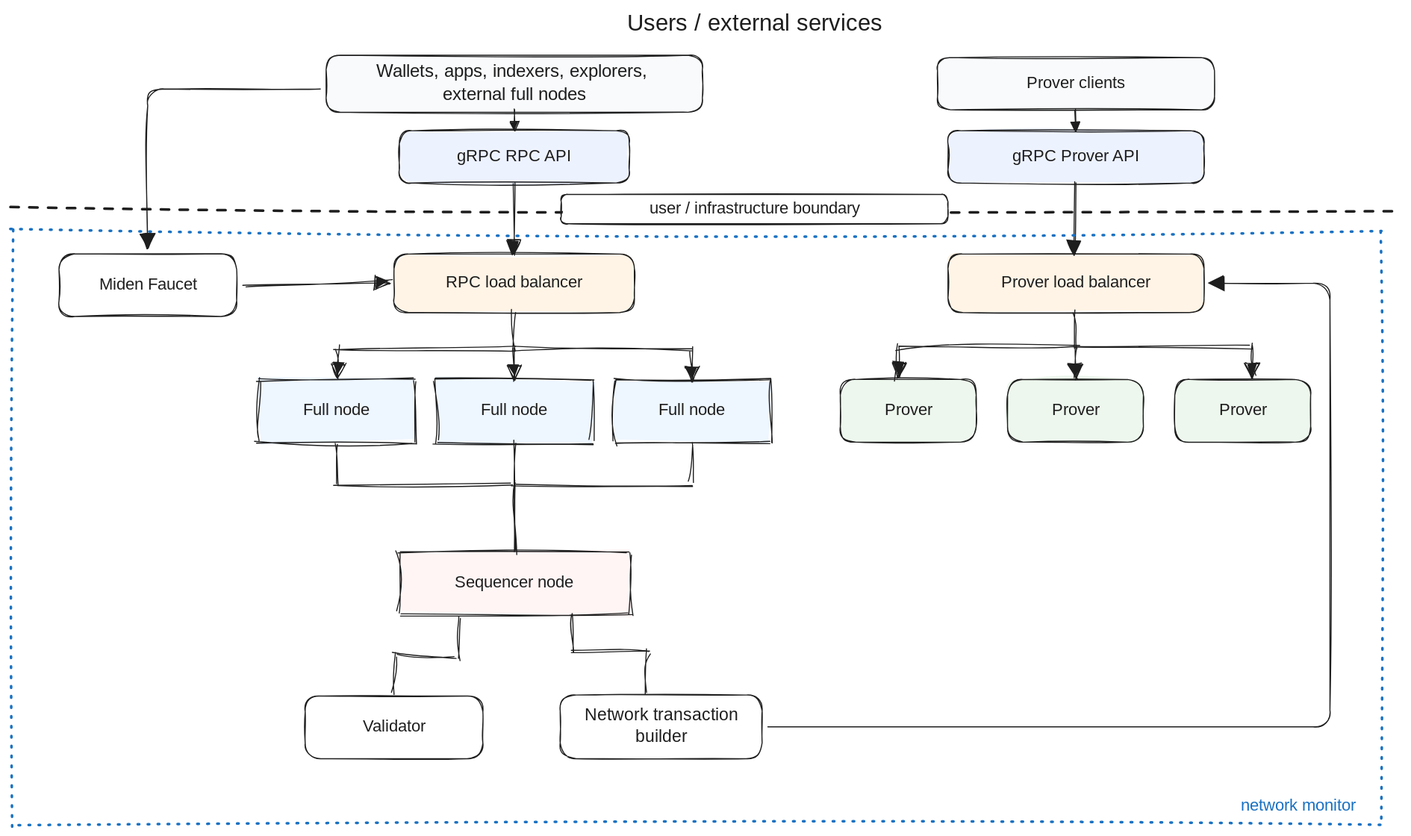
The Excalidraw diagram docs/external/src/img/operator_architecture.svg in 0xMiden/node, before a commit. Source tidied: one line per element, renumbered; positions are measured from the earlier drawing's top-left corner, leaving out a move shared by most shapes.
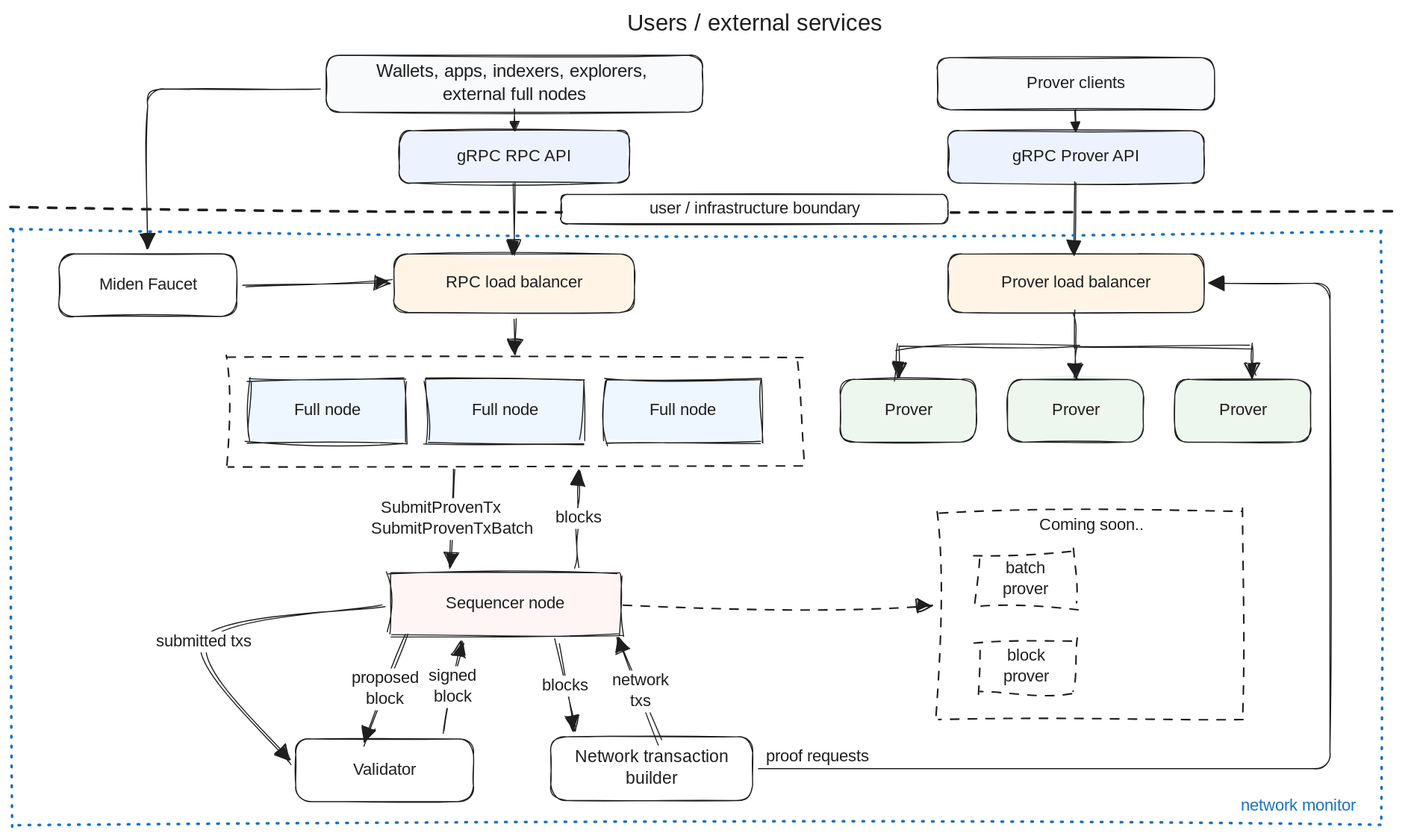
The same file after the commit.

The edit, as a diff of the source:
```diff
@@ -11,24 +11,24 @@
 {"id": 10, "type": "text", "text": "RPC load balancer", "strokeColor": "#1e1e1e", "strokeWidth": 1, "roughness": 1, "fontSize": 16, "fontFamily": 5, "textAlign": "center", "x": 367, "y": 251, "width": 230, "height": 20}
 {"id": 11, "type": "rectangle", "strokeColor": "#1e1e1e", "backgroundColor": "#fff4e6", "fillStyle": "solid", "strokeWidth": 1, "roughness": 1, "round": true, "x": 897, "y": 233, "width": 245, "height": 56}
 {"id": 12, "type": "text", "text": "Prover load balancer", "strokeColor": "#1e1e1e", "strokeWidth": 1, "roughness": 1, "fontSize": 16, "fontFamily": 5, "textAlign": "center", "x": 897, "y": 251, "width": 245, "height": 20}
-{"id": 13, "type": "rectangle", "strokeColor": "#1e1e1e", "backgroundColor": "#eef6ff", "fillStyle": "solid", "strokeWidth": 1, "roughness": 2, "x": 237, "y": 353, "width": 150, "height": 60}
+{"id": 13, "type": "rectangle", "strokeColor": "#1e1e1e", "backgroundColor": "#eef6ff", "fillStyle": "solid", "strokeWidth": 1, "roughness": 2, "x": 228, "y": 353, "width": 150, "height": 60}
-{"id": 14, "type": "text", "text": "Full node", "strokeColor": "#1e1e1e", "strokeWidth": 1, "roughness": 2, "fontSize": 16, "fontFamily": 5, "textAlign": "center", "x": 237, "y": 373, "width": 150, "height": 20}
+{"id": 14, "type": "text", "text": "Full node", "strokeColor": "#1e1e1e", "strokeWidth": 1, "roughness": 2, "fontSize": 16, "fontFamily": 5, "textAlign": "center", "x": 228, "y": 373, "width": 150, "height": 20}
-{"id": 15, "type": "rectangle", "strokeColor": "#1e1e1e", "backgroundColor": "#eef6ff", "fillStyle": "solid", "strokeWidth": 1, "roughness": 2, "x": 407, "y": 353, "width": 150, "height": 60}
+{"id": 15, "type": "rectangle", "strokeColor": "#1e1e1e", "backgroundColor": "#eef6ff", "fillStyle": "solid", "strokeWidth": 1, "roughness": 2, "x": 398, "y": 353, "width": 150, "height": 60}
-{"id": 16, "type": "text", "text": "Full node", "strokeColor": "#1e1e1e", "strokeWidth": 1, "roughness": 2, "fontSize": 16, "fontFamily": 5, "textAlign": "center", "x": 407, "y": 373, "width": 150, "height": 20}
+{"id": 16, "type": "text", "text": "Full node", "strokeColor": "#1e1e1e", "strokeWidth": 1, "roughness": 2, "fontSize": 16, "fontFamily": 5, "textAlign": "center", "x": 398, "y": 373, "width": 150, "height": 20}
-{"id": 17, "type": "rectangle", "strokeColor": "#1e1e1e", "backgroundColor": "#eef6ff", "fillStyle": "solid", "strokeWidth": 1, "roughness": 2, "x": 577, "y": 353, "width": 150, "height": 60}
+{"id": 17, "type": "rectangle", "strokeColor": "#1e1e1e", "backgroundColor": "#eef6ff", "fillStyle": "solid", "strokeWidth": 1, "roughness": 2, "x": 568, "y": 353, "width": 150, "height": 60}
-{"id": 18, "type": "text", "text": "Full node", "strokeColor": "#1e1e1e", "strokeWidth": 1, "roughness": 2, "fontSize": 16, "fontFamily": 5, "textAlign": "center", "x": 577, "y": 373, "width": 150, "height": 20}
+{"id": 18, "type": "text", "text": "Full node", "strokeColor": "#1e1e1e", "strokeWidth": 1, "roughness": 2, "fontSize": 16, "fontFamily": 5, "textAlign": "center", "x": 568, "y": 373, "width": 150, "height": 20}
 {"id": 19, "type": "rectangle", "strokeColor": "#1e1e1e", "backgroundColor": "#edf7ed", "fillStyle": "solid", "strokeWidth": 1, "roughness": 1, "round": true, "x": 794, "y": 353, "width": 130, "height": 60}
 {"id": 20, "type": "text", "text": "Prover", "strokeColor": "#1e1e1e", "strokeWidth": 1, "roughness": 1, "fontSize": 16, "fontFamily": 5, "textAlign": "center", "x": 794, "y": 373, "width": 130, "height": 20}
 {"id": 21, "type": "rectangle", "strokeColor": "#1e1e1e", "backgroundColor": "#edf7ed", "fillStyle": "solid", "strokeWidth": 1, "roughness": 1, "round": true, "x": 954, "y": 353, "width": 130, "height": 60}
 {"id": 22, "type": "text", "text": "Prover", "strokeColor": "#1e1e1e", "strokeWidth": 1, "roughness": 1, "fontSize": 16, "fontFamily": 5, "textAlign": "center", "x": 954, "y": 373, "width": 130, "height": 20}
 {"id": 23, "type": "rectangle", "strokeColor": "#1e1e1e", "backgroundColor": "#edf7ed", "fillStyle": "solid", "strokeWidth": 1, "roughness": 1, "round": true, "x": 1114, "y": 353, "width": 130, "height": 60}
 {"id": 24, "type": "text", "text": "Prover", "strokeColor": "#1e1e1e", "strokeWidth": 1, "roughness": 1, "fontSize": 16, "fontFamily": 5, "textAlign": "center", "x": 1114, "y": 373, "width": 130, "height": 20}
-{"id": 25, "type": "rectangle", "strokeColor": "#1e1e1e", "backgroundColor": "#fff5f5", "fillStyle": "solid", "strokeWidth": 1, "roughness": 2, "x": 372, "y": 518, "width": 220, "height": 60}
+{"id": 25, "type": "rectangle", "strokeColor": "#1e1e1e", "backgroundColor": "#fff5f5", "fillStyle": "solid", "strokeWidth": 1, "roughness": 2, "x": 363, "y": 538, "width": 220, "height": 60}
-{"id": 26, "type": "text", "text": "Sequencer node", "strokeColor": "#1e1e1e", "strokeWidth": 1, "roughness": 2, "fontSize": 16, "fontFamily": 5, "textAlign": "center", "x": 372, "y": 538, "width": 220, "height": 20}
+{"id": 26, "type": "text", "text": "Sequencer node", "strokeColor": "#1e1e1e", "strokeWidth": 1, "roughness": 2, "fontSize": 16, "fontFamily": 5, "textAlign": "center", "x": 363, "y": 558, "width": 220, "height": 20}
-{"id": 27, "type": "rectangle", "strokeColor": "#1e1e1e", "backgroundColor": "#ffffff", "fillStyle": "solid", "strokeWidth": 1, "roughness": 1, "round": true, "x": 282, "y": 656, "width": 170, "height": 60}
+{"id": 27, "type": "rectangle", "strokeColor": "#1e1e1e", "backgroundColor": "#ffffff", "fillStyle": "solid", "strokeWidth": 1, "roughness": 1, "round": true, "x": 273, "y": 697, "width": 170, "height": 60}
-{"id": 28, "type": "text", "text": "Validator", "strokeColor": "#1e1e1e", "strokeWidth": 1, "roughness": 1, "fontSize": 16, "fontFamily": 5, "textAlign": "center", "x": 282, "y": 676, "width": 170, "height": 20}
+{"id": 28, "type": "text", "text": "Validator", "strokeColor": "#1e1e1e", "strokeWidth": 1, "roughness": 1, "fontSize": 16, "fontFamily": 5, "textAlign": "center", "x": 273, "y": 717, "width": 170, "height": 20}
-{"id": 29, "type": "rectangle", "strokeColor": "#1e1e1e", "backgroundColor": "#ffffff", "fillStyle": "solid", "strokeWidth": 1, "roughness": 1, "round": true, "x": 526, "y": 655, "width": 193, "height": 61}
+{"id": 29, "type": "rectangle", "strokeColor": "#1e1e1e", "backgroundColor": "#ffffff", "fillStyle": "solid", "strokeWidth": 1, "roughness": 1, "round": true, "x": 517, "y": 695, "width": 193, "height": 61}
-{"id": 30, "type": "text", "text": "Network transaction\nbuilder", "strokeColor": "#1e1e1e", "strokeWidth": 1, "roughness": 1, "fontSize": 16.27, "fontFamily": 5, "textAlign": "center", "x": 526, "y": 665, "width": 193, "height": 41}
+{"id": 30, "type": "text", "text": "Network transaction\nbuilder", "strokeColor": "#1e1e1e", "strokeWidth": 1, "roughness": 1, "fontSize": 16.27, "fontFamily": 5, "textAlign": "center", "x": 517, "y": 705, "width": 193, "height": 41}
 {"id": 31, "type": "line", "strokeColor": "#1e1e1e", "backgroundColor": "#ffffff", "fillStyle": "solid", "strokeWidth": 2, "strokeStyle": "dashed", "roughness": 1, "x": 0, "y": 188, "width": 1330, "height": 4, "points": [[0, 0], [1330, 4]]}
 {"id": 32, "type": "rectangle", "strokeColor": "#1e1e1e", "backgroundColor": "#ffffff", "fillStyle": "solid", "strokeWidth": 1, "roughness": 1, "round": true, "x": 527, "y": 176, "width": 370, "height": 28}
 {"id": 33, "type": "text", "text": "user / infrastructure boundary", "strokeColor": "#1e1e1e", "strokeWidth": 1, "roughness": 1, "fontSize": 16, "fontFamily": 5, "textAlign": "center", "x": 527, "y": 180, "width": 370, "height": 20}
@@ -36,15 +36,7 @@
 {"id": 35, "type": "arrow", "strokeColor": "#1e1e1e", "backgroundColor": "#ffffff", "fillStyle": "solid", "strokeWidth": 1, "roughness": 1, "endArrowhead": "triangle", "round": true, "x": 1019, "y": 95, "width": 0, "height": 20, "points": [[0, 0], [0, 20]]}
 {"id": 36, "type": "arrow", "strokeColor": "#1e1e1e", "backgroundColor": "#ffffff", "fillStyle": "solid", "strokeWidth": 1, "roughness": 1, "endArrowhead": "triangle", "round": true, "x": 482, "y": 165, "width": 0, "height": 68, "points": [[0, 0], [0, 68]]}
 {"id": 37, "type": "arrow", "strokeColor": "#1e1e1e", "backgroundColor": "#ffffff", "fillStyle": "solid", "strokeWidth": 1, "roughness": 1, "endArrowhead": "triangle", "round": true, "x": 1019, "y": 165, "width": 0, "height": 68, "points": [[0, 0], [0, 68]]}
-{"id": 38, "type": "arrow", "strokeColor": "#1e1e1e", "backgroundColor": "#ffffff", "fillStyle": "solid", "strokeWidth": 1, "roughness": 2, "endArrowhead": "triangle", "x": 482, "y": 289, "width": 170, "height": 64, "points": [[0, 0], [0, 34], [-170, 34], [-170, 64]]}
-{"id": 39, "type": "arrow", "strokeColor": "#1e1e1e", "backgroundColor": "#ffffff", "fillStyle": "solid", "strokeWidth": 1, "roughness": 2, "endArrowhead": "triangle", "x": 482, "y": 323, "width": 0, "height": 30, "points": [[0, 0], [0, 30]]}
-{"id": 40, "type": "arrow", "strokeColor": "#1e1e1e", "backgroundColor": "#ffffff", "fillStyle": "solid", "strokeWidth": 1, "roughness": 2, "endArrowhead": "triangle", "x": 482, "y": 323, "width": 170, "height": 30, "points": [[0, 0], [170, 0], [170, 30]]}
-{"id": 41, "type": "arrow", "strokeColor": "#1e1e1e", "backgroundColor": "#ffffff", "fillStyle": "solid", "strokeWidth": 1, "roughness": 1, "endArrowhead": "triangle", "from": 30, "to": 12, "x": 725, "y": 685, "width": 538, "height": 424, "points": [[0, 0], [538, 0], [538, -424], [423, -424]]}
+{"id": 41, "type": "arrow", "strokeColor": "#1e1e1e", "backgroundColor": "#ffffff", "fillStyle": "solid", "strokeWidth": 1, "roughness": 1, "endArrowhead": "triangle", "from": 30, "to": 12, "x": 716, "y": 725, "width": 547, "height": 464, "points": [[0, 0], [547, 0], [547, -464], [432, -464]]}
-{"id": 42, "type": "line", "strokeColor": "#1e1e1e", "backgroundColor": "#ffffff", "fillStyle": "solid", "strokeWidth": 1, "roughness": 2, "x": 312, "y": 413, "width": 170, "height": 105, "points": [[0, 0], [0, 40], [170, 40], [170, 105]]}
-{"id": 43, "type": "line", "strokeColor": "#1e1e1e", "backgroundColor": "#ffffff", "fillStyle": "solid", "strokeWidth": 1, "roughness": 2, "x": 482, "y": 413, "width": 0, "height": 105, "points": [[0, 0], [0, 105]]}
-{"id": 44, "type": "line", "strokeColor": "#1e1e1e", "backgroundColor": "#ffffff", "fillStyle": "solid", "strokeWidth": 1, "roughness": 2, "x": 652, "y": 413, "width": 170, "height": 40, "points": [[0, 0], [0, 40], [-170, 40]]}
-{"id": 45, "type": "line", "strokeColor": "#1e1e1e", "backgroundColor": "#ffffff", "fillStyle": "solid", "strokeWidth": 1, "roughness": 2, "x": 429, "y": 580, "width": 62, "height": 76, "points": [[0, 0], [-1, 39], [-62, 36], [-62, 76]]}
-{"id": 46, "type": "line", "strokeColor": "#1e1e1e", "backgroundColor": "#ffffff", "fillStyle": "solid", "strokeWidth": 1, "roughness": 2, "x": 537, "y": 578, "width": 72, "height": 75, "points": [[0, 0], [0, 35], [72, 34], [69, 75]]}
 {"id": 47, "type": "arrow", "strokeColor": "#1e1e1e", "backgroundColor": "#ffffff", "fillStyle": "solid", "strokeWidth": 1, "roughness": 2, "endArrowhead": "triangle", "x": 1019, "y": 288, "width": 170, "height": 64, "points": [[0, 0], [0, 34], [-170, 34], [-170, 64]]}
 {"id": 48, "type": "arrow", "strokeColor": "#1e1e1e", "backgroundColor": "#ffffff", "fillStyle": "solid", "strokeWidth": 1, "roughness": 2, "endArrowhead": "triangle", "x": 1019, "y": 322, "width": 0, "height": 30, "points": [[0, 0], [0, 30]]}
 {"id": 49, "type": "arrow", "strokeColor": "#1e1e1e", "backgroundColor": "#ffffff", "fillStyle": "solid", "strokeWidth": 1, "roughness": 2, "endArrowhead": "triangle", "x": 1019, "y": 322, "width": 170, "height": 30, "points": [[0, 0], [170, 0], [170, 30]]}
@@ -54,3 +46,27 @@
 {"id": 53, "type": "arrow", "strokeColor": "#1e1e1e", "strokeWidth": 1, "roughness": 2, "endArrowhead": "triangle", "from": 52, "to": 10, "x": 222, "y": 263, "width": 140, "height": 2, "points": [[0, 0], [140, -2]]}
 {"id": 54, "type": "text", "text": "network monitor", "strokeColor": "#1971c2", "strokeWidth": 1, "roughness": 2, "fontSize": 16, "fontFamily": 5, "x": 1177, "y": 752, "width": 126, "height": 20}
 {"id": 55, "type": "arrow", "strokeColor": "#1e1e1e", "strokeWidth": 1, "roughness": 2, "endArrowhead": "triangle", "from": 2, "to": 51, "x": 296, "y": 75, "width": 165, "height": 152, "points": [[0, 0], [-165, 0], [-165, 152]]}
+{"id": 56, "type": "rectangle", "strokeColor": "#1e1e1e", "strokeWidth": 1, "strokeStyle": "dashed", "roughness": 2, "x": 208, "y": 333, "width": 549, "height": 102}
+{"id": 57, "type": "arrow", "strokeColor": "#1e1e1e", "strokeWidth": 1, "roughness": 2, "endArrowhead": "triangle", "from": 25, "to": 56, "x": 542, "y": 532, "width": 1, "height": 92, "points": [[0, 0], [1, -47], [1, -92]]}
+{"id": 58, "type": "text", "text": "blocks", "strokeColor": "#1e1e1e", "strokeWidth": 1, "roughness": 2, "fontSize": 16, "fontFamily": 5, "textAlign": "center", "verticalAlign": "middle", "inside": 57, "x": 518, "y": 467, "width": 47, "height": 20}
+{"id": 59, "type": "arrow", "strokeColor": "#1e1e1e", "strokeWidth": 1, "roughness": 2, "endArrowhead": "triangle", "from": 56, "to": 25, "x": 423, "y": 441, "width": 1, "height": 92, "points": [[0, 0], [-1, 92]]}
+{"id": 60, "type": "text", "text": "SubmitProvenTx     \nSubmitProvenTxBatch", "strokeColor": "#1e1e1e", "strokeWidth": 1, "roughness": 2, "fontSize": 16, "fontFamily": 8, "textAlign": "center", "verticalAlign": "middle", "inside": 59, "x": 339, "y": 467, "width": 167, "height": 40}
+{"id": 61, "type": "arrow", "strokeColor": "#1e1e1e", "strokeWidth": 1, "roughness": 2, "endArrowhead": "triangle", "from": 27, "to": 25, "x": 414, "y": 691, "width": 18, "height": 88, "points": [[0, 0], [18, -88]]}
+{"id": 62, "type": "text", "text": "signed\nblock", "strokeColor": "#1e1e1e", "strokeWidth": 1, "roughness": 2, "fontSize": 16, "fontFamily": 5, "textAlign": "center", "verticalAlign": "middle", "inside": 61, "x": 399, "y": 617, "width": 48, "height": 40}
+{"id": 63, "type": "arrow", "strokeColor": "#1e1e1e", "strokeWidth": 1, "roughness": 2, "endArrowhead": "triangle", "x": 377, "y": 598, "width": 36, "height": 103, "points": [[0, 0], [-36, 103]]}
+{"id": 64, "type": "text", "text": "proposed\nblock", "strokeColor": "#1e1e1e", "strokeWidth": 1, "roughness": 2, "fontSize": 16, "fontFamily": 5, "textAlign": "center", "verticalAlign": "middle", "inside": 63, "x": 311, "y": 616, "width": 70, "height": 40}
+{"id": 65, "type": "arrow", "strokeColor": "#1e1e1e", "strokeWidth": 1, "roughness": 2, "endArrowhead": "triangle", "round": true, "from": 26, "to": 28, "x": 358, "y": 569, "width": 173, "height": 150, "points": [[0, 0], [-173, 35], [-90, 150]]}
+{"id": 66, "type": "text", "text": "submitted txs", "strokeColor": "#1e1e1e", "strokeWidth": 1, "roughness": 2, "fontSize": 16, "fontFamily": 5, "textAlign": "center", "verticalAlign": "middle", "inside": 65, "x": 130, "y": 594, "width": 110, "height": 20}
+{"id": 67, "type": "arrow", "strokeColor": "#1e1e1e", "strokeWidth": 1, "roughness": 2, "endArrowhead": "triangle", "round": true, "from": 25, "to": 29, "x": 522, "y": 604, "width": 17, "height": 86, "points": [[0, 0], [17, 86]]}
+{"id": 68, "type": "text", "text": "blocks", "strokeColor": "#1e1e1e", "strokeWidth": 1, "roughness": 2, "fontSize": 16, "fontFamily": 5, "textAlign": "center", "verticalAlign": "middle", "inside": 67, "x": 507, "y": 636, "width": 47, "height": 20}
+{"id": 69, "type": "arrow", "strokeColor": "#1e1e1e", "strokeWidth": 1, "roughness": 2, "endArrowhead": "triangle", "round": true, "from": 30, "to": 25, "x": 623, "y": 700, "width": 40, "height": 96, "points": [[0, 0], [-40, -96]]}
+{"id": 70, "type": "text", "text": "network\ntxs", "strokeColor": "#1e1e1e", "strokeWidth": 1, "roughness": 2, "fontSize": 16, "fontFamily": 5, "textAlign": "center", "verticalAlign": "middle", "inside": 69, "x": 572, "y": 632, "width": 62, "height": 40}
+{"id": 71, "type": "text", "text": "proof requests", "strokeColor": "#1e1e1e", "strokeWidth": 1, "strokeStyle": "dashed", "roughness": 2, "fontSize": 16, "fontFamily": 5, "x": 723, "y": 704, "width": 116, "height": 20}
+{"id": 72, "type": "arrow", "strokeColor": "#1e1e1e", "strokeWidth": 1, "roughness": 2, "endArrowhead": "triangle", "round": true, "from": 9, "to": 56, "x": 482, "y": 294, "width": 0, "height": 33, "points": [[0, 0], [0, 33]]}
+{"id": 73, "type": "rectangle", "strokeColor": "#1e1e1e", "strokeWidth": 1, "strokeStyle": "dashed", "roughness": 2, "x": 889, "y": 478, "width": 292, "height": 198}
+{"id": 74, "type": "text", "text": "Coming soon..", "strokeColor": "#1e1e1e", "strokeWidth": 1, "strokeStyle": "dashed", "roughness": 2, "fontSize": 16, "fontFamily": 5, "textAlign": "center", "inside": 73, "x": 983, "y": 483, "width": 103, "height": 20}
+{"id": 75, "type": "rectangle", "strokeColor": "#1e1e1e", "strokeWidth": 1, "strokeStyle": "dashed", "roughness": 2, "x": 924, "y": 518, "width": 94, "height": 52}
+{"id": 76, "type": "text", "text": "batch\nprover", "strokeColor": "#1e1e1e", "strokeWidth": 1, "strokeStyle": "dashed", "roughness": 2, "fontSize": 16, "fontFamily": 5, "textAlign": "center", "verticalAlign": "middle", "inside": 75, "x": 947, "y": 524, "width": 48, "height": 40}
+{"id": 77, "type": "rectangle", "strokeColor": "#1e1e1e", "strokeWidth": 1, "strokeStyle": "dashed", "roughness": 2, "x": 925, "y": 602, "width": 94, "height": 52}
+{"id": 78, "type": "text", "text": "block\nprover", "strokeColor": "#1e1e1e", "strokeWidth": 1, "strokeStyle": "dashed", "roughness": 2, "fontSize": 16, "fontFamily": 5, "textAlign": "center", "verticalAlign": "middle", "inside": 77, "x": 948, "y": 608, "width": 48, "height": 40}
+{"id": 79, "type": "arrow", "strokeColor": "#1e1e1e", "strokeWidth": 1, "strokeStyle": "dashed", "roughness": 2, "endArrowhead": "triangle", "x": 584, "y": 570, "width": 295, "height": 3, "points": [[0, 0], [295, 3]]}
```
